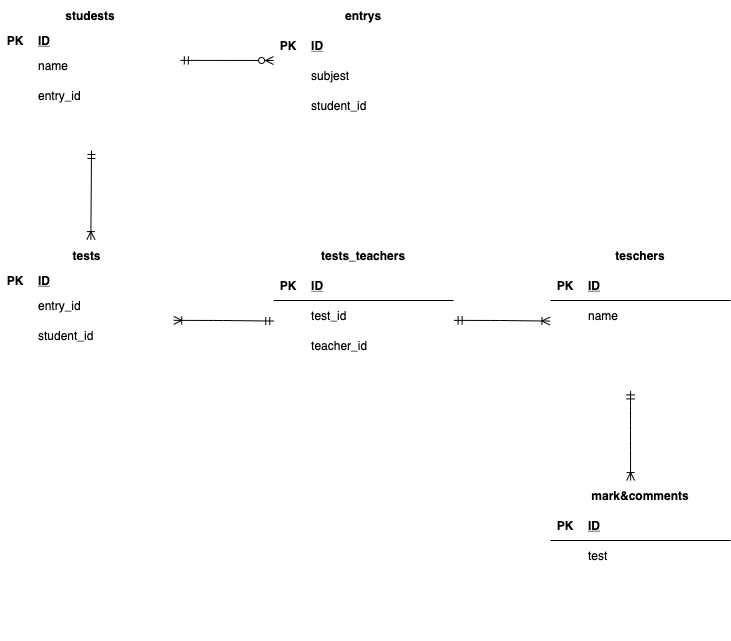
This is index.drawio.png from katorifuge/20210519teramoto, a draw.io export, as it was before one commit. Source tidied: cells renumbered, new cells last; positions are measured from the earlier drawing's top-left corner, leaving out a move shared by most shapes.
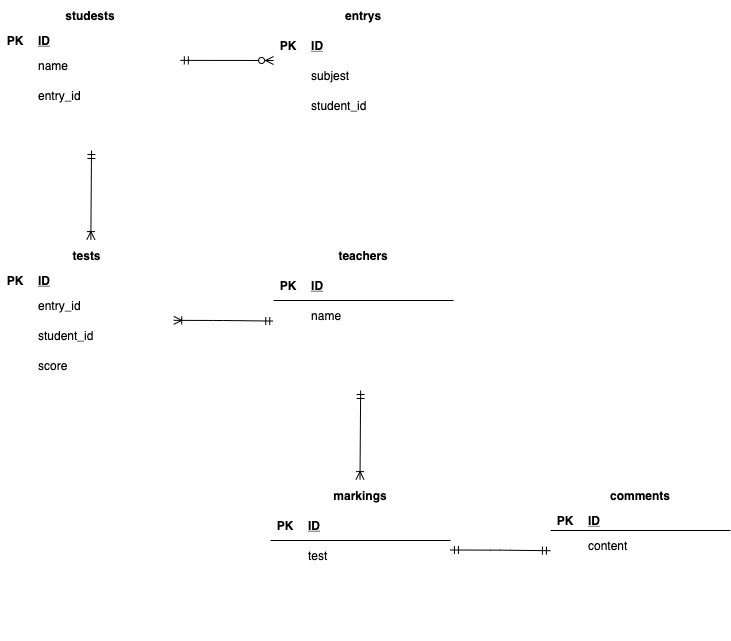
The same file after the commit.

What changed in the source:
```diff
@@ -38,7 +38,7 @@
     <mxCell id="13" style="shape=partialRectangle;fillColor=none;top=0;left=0;bottom=0;right=0;overflow=hidden;strokeColor=#FFFFFF;" parent="12" vertex="1">
       <mxGeometry width="30" height="30" as="geometry" />
     </mxCell>
-    <mxCell id="14" style="shape=partialRectangle;fillColor=none;top=0;left=0;bottom=0;right=0;align=left;spacingLeft=6;overflow=hidden;strokeColor=#FFFFFF;" parent="12" vertex="1">
+    <mxCell id="14" value="score" style="shape=partialRectangle;fillColor=none;top=0;left=0;bottom=0;right=0;align=left;spacingLeft=6;overflow=hidden;strokeColor=#FFFFFF;" parent="12" vertex="1">
       <mxGeometry x="30" width="143.1" height="30" as="geometry" />
     </mxCell>
     <mxCell id="15" value="studests" style="shape=table;startSize=30;rowLines=0;fontStyle=1;align=center;strokeColor=#FFFFFF;" parent="1" vertex="1">
@@ -125,60 +125,22 @@
     <mxCell id="42" style="fontSize=12;html=1;endArrow=ERzeroToMany;startArrow=ERmandOne;entryX=0;entryY=0;entryDx=0;entryDy=0;entryPerimeter=0;startFill=0;exitX=0.999;exitY=0.329;exitDx=0;exitDy=0;exitPerimeter=0;" parent="1" edge="1" source="19" target="33">
       <mxGeometry relative="1" as="geometry" />
     </mxCell>
-    <mxCell id="43" value="tests_teachers" style="shape=table;startSize=30;rowLines=0;fontStyle=1;align=center;strokeColor=#FFFFFF;" parent="1" vertex="1">
-      <mxGeometry x="273.1" y="240" width="180" height="150" as="geometry" />
-    </mxCell>
-    <mxCell id="44" style="shape=partialRectangle;fillColor=none;top=0;left=0;bottom=1;right=0;" parent="43" vertex="1">
-      <mxGeometry y="30" width="180" height="30" as="geometry" />
-    </mxCell>
-    <mxCell id="45" value="PK" style="shape=partialRectangle;fillColor=none;top=0;left=0;bottom=0;right=0;fontStyle=1;overflow=hidden;" parent="44" vertex="1">
-      <mxGeometry width="30" height="30" as="geometry" />
-    </mxCell>
-    <mxCell id="46" value="ID" style="shape=partialRectangle;fillColor=none;top=0;left=0;bottom=0;right=0;align=left;spacingLeft=6;fontStyle=5;overflow=hidden;" parent="44" vertex="1">
-      <mxGeometry x="30" width="150" height="30" as="geometry" />
-    </mxCell>
-    <mxCell id="47" style="shape=partialRectangle;fillColor=none;top=0;left=0;bottom=0;right=0;points=[[0,0.5],[1,0.5]];portConstraint=eastwest;" parent="43" vertex="1">
-      <mxGeometry y="60" width="180" height="30" as="geometry" />
-    </mxCell>
-    <mxCell id="48" style="shape=partialRectangle;fillColor=none;top=0;left=0;bottom=0;right=0;overflow=hidden;" parent="47" vertex="1">
-      <mxGeometry width="30" height="30" as="geometry" />
-    </mxCell>
-    <mxCell id="49" value="test_id" style="shape=partialRectangle;fillColor=none;top=0;left=0;bottom=0;right=0;align=left;spacingLeft=6;overflow=hidden;" parent="47" vertex="1">
-      <mxGeometry x="30" width="150" height="30" as="geometry" />
-    </mxCell>
-    <mxCell id="50" style="shape=partialRectangle;fillColor=none;top=0;left=0;bottom=0;right=0;" parent="43" vertex="1">
-      <mxGeometry y="90" width="180" height="30" as="geometry" />
-    </mxCell>
-    <mxCell id="51" style="shape=partialRectangle;fillColor=none;top=0;left=0;bottom=0;right=0;overflow=hidden;" parent="50" vertex="1">
-      <mxGeometry width="30" height="30" as="geometry" />
-    </mxCell>
-    <mxCell id="52" value="teacher_id" style="shape=partialRectangle;fillColor=none;top=0;left=0;bottom=0;right=0;align=left;spacingLeft=6;overflow=hidden;" parent="50" vertex="1">
-      <mxGeometry x="30" width="150" height="30" as="geometry" />
-    </mxCell>
-    <mxCell id="53" style="shape=partialRectangle;fillColor=none;top=0;left=0;bottom=0;right=0;" parent="43" vertex="1">
-      <mxGeometry y="120" width="180" height="30" as="geometry" />
-    </mxCell>
-    <mxCell id="54" style="shape=partialRectangle;fillColor=none;top=0;left=0;bottom=0;right=0;overflow=hidden;" parent="53" vertex="1">
-      <mxGeometry width="30" height="30" as="geometry" />
-    </mxCell>
-    <mxCell id="55" style="shape=partialRectangle;fillColor=none;top=0;left=0;bottom=0;right=0;align=left;spacingLeft=6;overflow=hidden;" parent="53" vertex="1">
-      <mxGeometry x="30" width="150" height="30" as="geometry" />
-    </mxCell>
     <mxCell id="56" style="fontSize=12;html=1;endArrow=ERmandOne;startArrow=ERoneToMany;endFill=0;startFill=0;exitX=0.552;exitY=-0.006;exitDx=0;exitDy=0;exitPerimeter=0;" parent="1" edge="1">
       <mxGeometry relative="1" as="geometry">
         <mxPoint x="90.4" y="239.1" as="sourcePoint" />
         <mxPoint x="91" y="150" as="targetPoint" />
       </mxGeometry>
     </mxCell>
-    <mxCell id="57" style="fontSize=12;html=1;endArrow=ERmandOne;startArrow=ERoneToMany;entryX=0.001;entryY=0.685;entryDx=0;entryDy=0;entryPerimeter=0;exitX=1.001;exitY=-0.005;exitDx=0;exitDy=0;exitPerimeter=0;startFill=0;endFill=0;" parent="1" edge="1" source="9" target="47">
+    <mxCell id="57" style="fontSize=12;html=1;endArrow=ERmandOne;startArrow=ERoneToMany;entryX=0.001;entryY=0.685;entryDx=0;entryDy=0;entryPerimeter=0;exitX=1.001;exitY=-0.005;exitDx=0;exitDy=0;exitPerimeter=0;startFill=0;endFill=0;" parent="1" edge="1" source="9">
       <mxGeometry relative="1" as="geometry">
+        <mxPoint x="273.2" y="320.5" as="targetPoint" />
         <Array as="points">
           <mxPoint x="223.1" y="320" />
         </Array>
       </mxGeometry>
     </mxCell>
-    <mxCell id="58" value="teschers" style="shape=table;startSize=30;rowLines=0;fontStyle=1;align=center;strokeColor=#FFFFFF;" parent="1" vertex="1">
-      <mxGeometry x="550" y="240" width="180" height="150" as="geometry" />
+    <mxCell id="58" value="teachers" style="shape=table;startSize=30;rowLines=0;fontStyle=1;align=center;strokeColor=#FFFFFF;" parent="1" vertex="1">
+      <mxGeometry x="273.1" y="240" width="180" height="150" as="geometry" />
     </mxCell>
     <mxCell id="59" style="shape=partialRectangle;fillColor=none;top=0;left=0;bottom=1;right=0;" parent="58" vertex="1">
       <mxGeometry y="30" width="180" height="30" as="geometry" />
@@ -216,15 +178,8 @@
     <mxCell id="70" style="shape=partialRectangle;fillColor=none;top=0;left=0;bottom=0;right=0;align=left;spacingLeft=6;overflow=hidden;" parent="68" vertex="1">
       <mxGeometry x="30" width="150" height="30" as="geometry" />
     </mxCell>
-    <mxCell id="71" style="fontSize=12;html=1;endArrow=ERoneToMany;startArrow=ERmandOne;entryX=-0.003;entryY=0.685;entryDx=0;entryDy=0;entryPerimeter=0;exitX=1.003;exitY=0.662;exitDx=0;exitDy=0;exitPerimeter=0;endFill=0;" parent="1" edge="1" source="47" target="62">
-      <mxGeometry relative="1" as="geometry">
-        <Array as="points">
-          <mxPoint x="500" y="320" />
-        </Array>
-      </mxGeometry>
-    </mxCell>
-    <mxCell id="72" value="mark&amp;comments" style="shape=table;startSize=30;rowLines=0;fontStyle=1;align=center;strokeColor=#FFFFFF;" parent="1" vertex="1">
-      <mxGeometry x="550" y="480" width="180" height="160" as="geometry" />
+    <mxCell id="72" value="markings" style="shape=table;startSize=30;rowLines=0;fontStyle=1;align=center;strokeColor=#FFFFFF;" parent="1" vertex="1">
+      <mxGeometry x="270" y="480" width="180" height="160" as="geometry" />
     </mxCell>
     <mxCell id="73" style="shape=partialRectangle;fillColor=none;top=0;left=0;bottom=1;right=0;" parent="72" vertex="1">
       <mxGeometry y="30" width="180" height="30" as="geometry" />
@@ -262,14 +217,59 @@
     <mxCell id="84" style="shape=partialRectangle;fillColor=none;top=0;left=0;bottom=0;right=0;align=left;spacingLeft=6;overflow=hidden;" parent="82" vertex="1">
       <mxGeometry x="30" width="150" height="30" as="geometry" />
     </mxCell>
-    <mxCell id="85" style="fontSize=12;html=1;endArrow=ERmandOne;startArrow=ERoneToMany;startFill=0;endFill=0;entryX=0.445;entryY=1.013;entryDx=0;entryDy=0;entryPerimeter=0;exitX=0.445;exitY=0;exitDx=0;exitDy=0;exitPerimeter=0;" parent="1" edge="1" source="72" target="68">
-      <mxGeometry relative="1" as="geometry">
-        <Array as="points">
-          <mxPoint x="630" y="440" />
-          <mxPoint x="630" y="420" />
-          <mxPoint x="630" y="400" />
-        </Array>
-      </mxGeometry>
-    </mxCell>
+    <mxCell id="86" value="comments" style="shape=table;startSize=30;rowLines=0;fontStyle=1;align=center;strokeColor=#FFFFFF;" parent="1" vertex="1">
+      <mxGeometry x="550" y="480" width="180" height="160" as="geometry" />
+    </mxCell>
+    <mxCell id="87" style="shape=partialRectangle;fillColor=none;top=0;left=0;bottom=1;right=0;" parent="86" vertex="1">
+      <mxGeometry y="30" width="180" height="20" as="geometry" />
+    </mxCell>
+    <mxCell id="45" value="PK" style="shape=partialRectangle;fillColor=none;top=0;left=0;bottom=0;right=0;fontStyle=1;overflow=hidden;" parent="87" vertex="1">
+      <mxGeometry width="30" height="20" as="geometry" />
+    </mxCell>
+    <mxCell id="46" value="ID" style="shape=partialRectangle;fillColor=none;top=0;left=0;bottom=0;right=0;align=left;spacingLeft=6;fontStyle=5;overflow=hidden;" parent="87" vertex="1">
+      <mxGeometry x="30" width="150" height="20" as="geometry" />
+    </mxCell>
+    <mxCell id="88" style="shape=partialRectangle;fillColor=none;top=0;left=0;bottom=0;right=0;" parent="86" vertex="1">
+      <mxGeometry y="50" width="180" height="30" as="geometry" />
+    </mxCell>
+    <mxCell id="89" style="shape=partialRectangle;fillColor=none;top=0;left=0;bottom=0;right=0;overflow=hidden;" parent="88" vertex="1">
+      <mxGeometry width="30" height="30" as="geometry" />
+    </mxCell>
+    <mxCell id="90" value="content" style="shape=partialRectangle;fillColor=none;top=0;left=0;bottom=0;right=0;align=left;spacingLeft=6;overflow=hidden;" parent="88" vertex="1">
+      <mxGeometry x="30" width="150" height="30" as="geometry" />
+    </mxCell>
+    <mxCell id="91" style="shape=partialRectangle;fillColor=none;top=0;left=0;bottom=0;right=0;" parent="86" vertex="1">
+      <mxGeometry y="80" width="180" height="30" as="geometry" />
+    </mxCell>
+    <mxCell id="92" style="shape=partialRectangle;fillColor=none;top=0;left=0;bottom=0;right=0;overflow=hidden;" parent="91" vertex="1">
+      <mxGeometry width="30" height="30" as="geometry" />
+    </mxCell>
+    <mxCell id="93" style="shape=partialRectangle;fillColor=none;top=0;left=0;bottom=0;right=0;align=left;spacingLeft=6;overflow=hidden;" parent="91" vertex="1">
+      <mxGeometry x="30" width="150" height="30" as="geometry" />
+    </mxCell>
+    <mxCell id="94" style="shape=partialRectangle;fillColor=none;top=0;left=0;bottom=0;right=0;" parent="86" vertex="1">
+      <mxGeometry y="110" width="180" height="30" as="geometry" />
+    </mxCell>
+    <mxCell id="95" style="shape=partialRectangle;fillColor=none;top=0;left=0;bottom=0;right=0;overflow=hidden;" parent="94" vertex="1">
+      <mxGeometry width="30" height="30" as="geometry" />
+    </mxCell>
+    <mxCell id="96" style="shape=partialRectangle;fillColor=none;top=0;left=0;bottom=0;right=0;align=left;spacingLeft=6;overflow=hidden;" parent="94" vertex="1">
+      <mxGeometry x="30" width="150" height="30" as="geometry" />
+    </mxCell>
+    <mxCell id="97" style="fontSize=12;html=1;endArrow=ERmandOne;startArrow=ERmandOne;entryX=0.001;entryY=0.685;entryDx=0;entryDy=0;entryPerimeter=0;exitX=1.001;exitY=-0.005;exitDx=0;exitDy=0;exitPerimeter=0;startFill=0;endFill=0;" parent="1" edge="1">
+      <mxGeometry relative="1" as="geometry">
+        <mxPoint x="449.9" y="549.5" as="sourcePoint" />
+        <mxPoint x="549.9" y="550.2" as="targetPoint" />
+        <Array as="points">
+          <mxPoint x="499.8" y="549.6" />
+        </Array>
+      </mxGeometry>
+    </mxCell>
+    <mxCell id="98" style="fontSize=12;html=1;endArrow=ERmandOne;startArrow=ERoneToMany;endFill=0;startFill=0;exitX=0.552;exitY=-0.006;exitDx=0;exitDy=0;exitPerimeter=0;" parent="1" edge="1">
+      <mxGeometry relative="1" as="geometry">
+        <mxPoint x="359.5" y="479.1" as="sourcePoint" />
+        <mxPoint x="360.1" y="390" as="targetPoint" />
+      </mxGeometry>
+    </mxCell>
   </root>
 </mxGraphModel>
```
